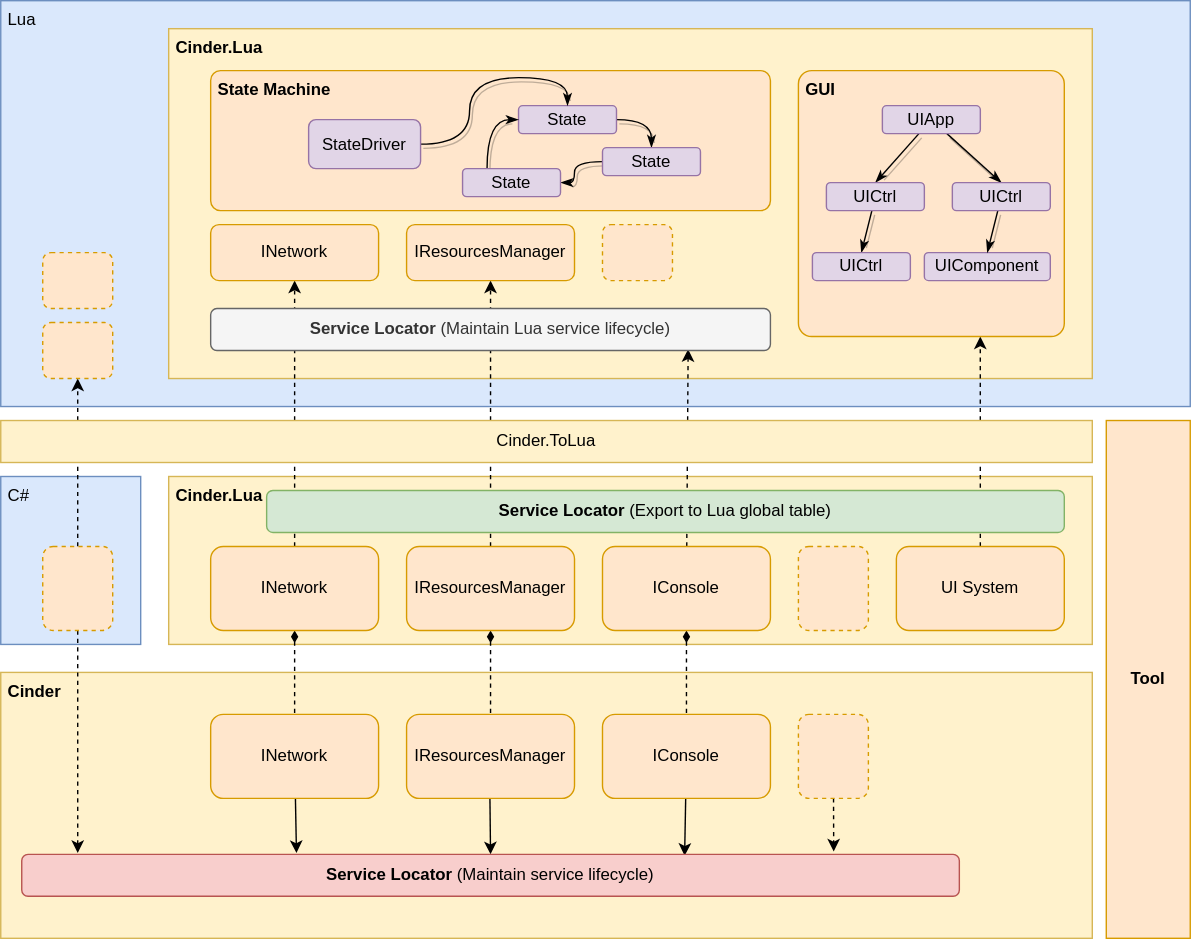
The draw.io diagram source/assets/framework/client_framework.svg in G-Cinder/Memoranda, before a commit. Source tidied: cells renumbered, new cells last; positions are measured from the earlier drawing's top-left corner, leaving out a move shared by most shapes.
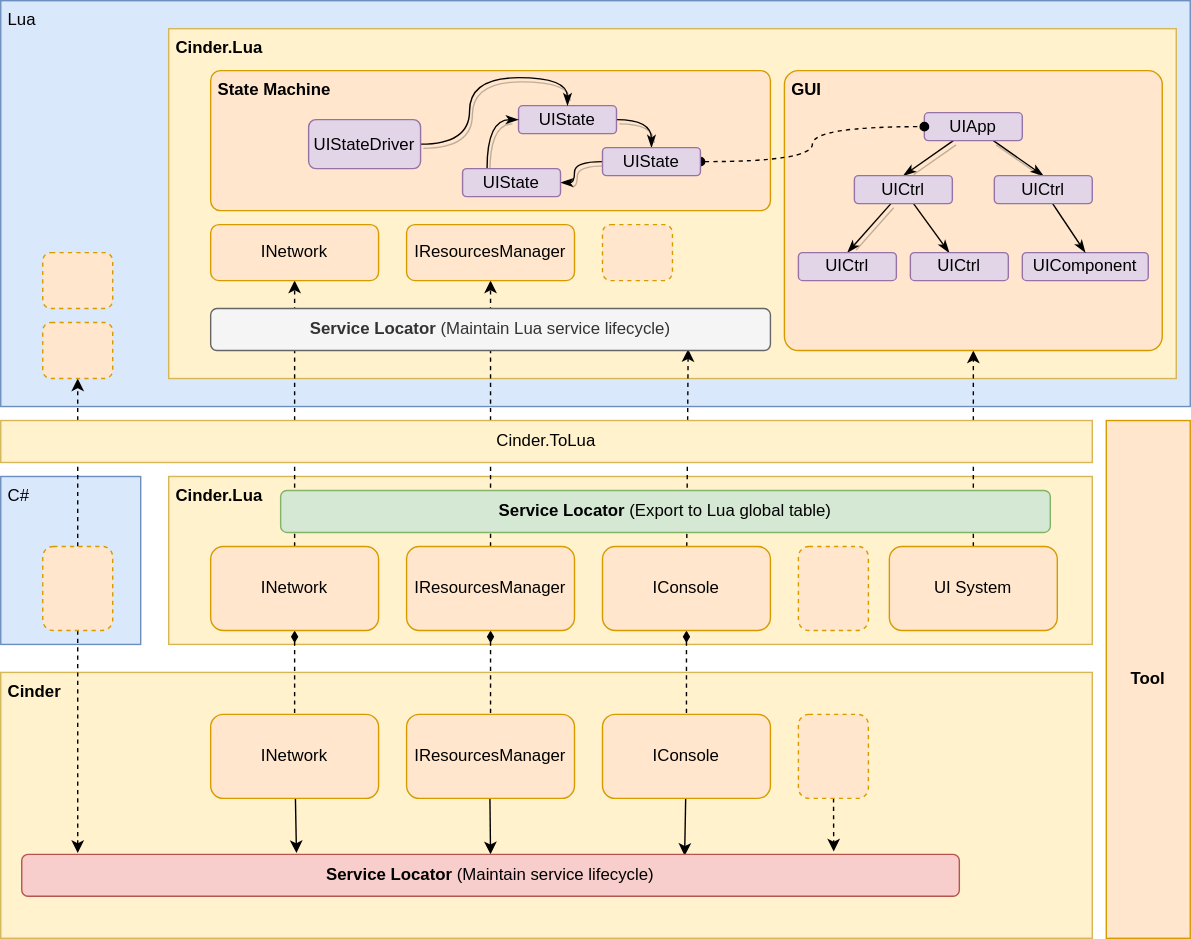
After the commit.

Change to the diagram source:
```diff
@@ -9,7 +9,7 @@
       <mxGeometry width="850" height="290" as="geometry" />
     </mxCell>
     <mxCell id="4" value="&amp;nbsp;Cinder.Lua" style="rounded=0;whiteSpace=wrap;html=1;align=left;verticalAlign=top;fillColor=#fff2cc;strokeColor=#d6b656;fontColor=#000000;fontStyle=1;" parent="1" vertex="1">
-      <mxGeometry x="120" y="20" width="660" height="250" as="geometry" />
+      <mxGeometry x="120" y="20" width="720" height="250" as="geometry" />
     </mxCell>
     <mxCell id="5" value="&amp;nbsp;Cinder" style="rounded=0;whiteSpace=wrap;html=1;align=left;verticalAlign=top;fillColor=#fff2cc;strokeColor=#d6b656;fontColor=#000000;fontStyle=1;" parent="1" vertex="1">
       <mxGeometry y="480" width="780" height="190" as="geometry" />
@@ -70,11 +70,11 @@
     <mxCell id="23" value="IConsole" style="rounded=1;whiteSpace=wrap;html=1;align=center;fillColor=#ffe6cc;strokeColor=#d79b00;fontColor=#000000;" parent="1" vertex="1">
       <mxGeometry x="430" y="390" width="120" height="60" as="geometry" />
     </mxCell>
-    <mxCell id="24" style="edgeStyle=none;rounded=0;jettySize=auto;html=1;entryX=0.684;entryY=1;entryDx=0;entryDy=0;dashed=1;strokeColor=#000000;entryPerimeter=0;" parent="1" edge="1" source="25" target="31">
+    <mxCell id="24" style="edgeStyle=none;rounded=0;jettySize=auto;html=1;entryX=0.5;entryY=1;entryDx=0;entryDy=0;dashed=1;strokeColor=#000000;" parent="1" edge="1" source="25" target="31">
       <mxGeometry relative="1" as="geometry" />
     </mxCell>
     <mxCell id="25" value="UI System" style="rounded=1;whiteSpace=wrap;html=1;align=center;fillColor=#ffe6cc;strokeColor=#d79b00;fontColor=#000000;" parent="1" vertex="1">
-      <mxGeometry x="640" y="390" width="120" height="60" as="geometry" />
+      <mxGeometry x="635" y="390" width="120" height="60" as="geometry" />
     </mxCell>
     <mxCell id="26" value="Service Locator&amp;nbsp;&lt;span style=&quot;font-weight: normal&quot;&gt;(Maintain service lifecycle)&lt;/span&gt;" style="rounded=1;whiteSpace=wrap;html=1;align=center;fillColor=#f8cecc;strokeColor=#b85450;fontColor=#000000;fontStyle=1;" parent="1" vertex="1">
       <mxGeometry x="15" y="610" width="670" height="30" as="geometry" />
@@ -91,10 +91,10 @@
       <mxGeometry x="570" y="390" width="50" height="60" as="geometry" />
     </mxCell>
     <mxCell id="30" value="Service Locator &lt;span style=&quot;font-weight: normal&quot;&gt;(Export to Lua global table)&lt;/span&gt;" style="rounded=1;whiteSpace=wrap;html=1;align=center;fillColor=#d5e8d4;strokeColor=#82b366;fontColor=#000000;fontStyle=1;" parent="1" vertex="1">
-      <mxGeometry x="190" y="350" width="570" height="30" as="geometry" />
+      <mxGeometry x="200" y="350" width="550" height="30" as="geometry" />
     </mxCell>
     <mxCell id="31" value="&amp;nbsp;GUI" style="rounded=1;whiteSpace=wrap;html=1;align=left;fillColor=#ffe6cc;strokeColor=#d79b00;fontColor=#000000;verticalAlign=top;arcSize=5;fontStyle=1;" parent="1" vertex="1">
-      <mxGeometry x="570" y="50" width="190" height="190" as="geometry" />
+      <mxGeometry x="560" y="50" width="270" height="200" as="geometry" />
     </mxCell>
     <mxCell id="32" value="INetwork" style="rounded=1;whiteSpace=wrap;html=1;align=center;fillColor=#ffe6cc;strokeColor=#d79b00;fontColor=#000000;" parent="1" vertex="1">
       <mxGeometry x="150" y="160" width="120" height="40" as="geometry" />
@@ -109,16 +109,19 @@
       <mxGeometry relative="1" as="geometry" />
     </mxCell>
     <mxCell id="36" value="UIApp" style="rounded=1;whiteSpace=wrap;html=1;labelBackgroundColor=none;align=center;fillColor=#e1d5e7;strokeColor=#9673a6;fontColor=#000000;" parent="1" vertex="1">
-      <mxGeometry x="630" y="75" width="70" height="20" as="geometry" />
+      <mxGeometry x="660" y="80" width="70" height="20" as="geometry" />
     </mxCell>
     <mxCell id="37" style="edgeStyle=none;rounded=0;jettySize=auto;html=1;entryX=0.5;entryY=0;entryDx=0;entryDy=0;shadow=1;startArrow=none;startFill=0;endArrow=classicThin;endFill=1;strokeColor=#000000;fontColor=#000000;" parent="1" edge="1" source="38" target="55">
       <mxGeometry relative="1" as="geometry" />
     </mxCell>
+    <mxCell id="60" style="rounded=0;jettySize=auto;html=1;startArrow=none;startFill=0;endArrow=classicThin;endFill=1;" parent="1" edge="1" source="38" target="62">
+      <mxGeometry relative="1" as="geometry" />
+    </mxCell>
     <mxCell id="38" value="UICtrl" style="rounded=1;whiteSpace=wrap;html=1;labelBackgroundColor=none;align=center;fillColor=#e1d5e7;strokeColor=#9673a6;fontColor=#000000;" parent="1" vertex="1">
-      <mxGeometry x="590" y="130" width="70" height="20" as="geometry" />
+      <mxGeometry x="610" y="125" width="70" height="20" as="geometry" />
     </mxCell>
     <mxCell id="39" value="UIComponent" style="rounded=1;whiteSpace=wrap;html=1;labelBackgroundColor=none;align=center;fillColor=#e1d5e7;strokeColor=#9673a6;fontColor=#000000;" parent="1" vertex="1">
-      <mxGeometry x="660" y="180" width="90" height="20" as="geometry" />
+      <mxGeometry x="730" y="180" width="90" height="20" as="geometry" />
     </mxCell>
     <mxCell id="40" value="&amp;nbsp;State Machine" style="rounded=1;whiteSpace=wrap;html=1;align=left;fillColor=#ffe6cc;strokeColor=#d79b00;fontColor=#000000;verticalAlign=top;arcSize=7;fontStyle=1;" parent="1" vertex="1">
       <mxGeometry x="150" y="50" width="400" height="100" as="geometry" />
@@ -126,13 +129,13 @@
     <mxCell id="41" style="edgeStyle=orthogonalEdgeStyle;rounded=0;jettySize=auto;html=1;entryX=0.5;entryY=0;entryDx=0;entryDy=0;shadow=1;startArrow=none;startFill=0;endArrow=classicThin;endFill=1;strokeColor=#000000;fontColor=#000000;curved=1;exitX=1;exitY=0.5;exitDx=0;exitDy=0;" parent="1" edge="1" source="42" target="49">
       <mxGeometry relative="1" as="geometry" />
     </mxCell>
-    <mxCell id="42" value="State" style="rounded=1;whiteSpace=wrap;html=1;labelBackgroundColor=none;align=center;fillColor=#e1d5e7;strokeColor=#9673a6;fontColor=#000000;" parent="1" vertex="1">
+    <mxCell id="42" value="UIState" style="rounded=1;whiteSpace=wrap;html=1;labelBackgroundColor=none;align=center;fillColor=#e1d5e7;strokeColor=#9673a6;fontColor=#000000;" parent="1" vertex="1">
       <mxGeometry x="370" y="75" width="70" height="20" as="geometry" />
     </mxCell>
     <mxCell id="43" style="edgeStyle=orthogonalEdgeStyle;curved=1;rounded=0;jettySize=auto;html=1;entryX=0.5;entryY=0;entryDx=0;entryDy=0;shadow=1;startArrow=none;startFill=0;endArrow=classicThin;endFill=1;strokeColor=#000000;fontColor=#000000;exitX=1;exitY=0.5;exitDx=0;exitDy=0;" parent="1" edge="1" source="44" target="42">
       <mxGeometry relative="1" as="geometry" />
     </mxCell>
-    <mxCell id="44" value="StateDriver" style="rounded=1;whiteSpace=wrap;html=1;labelBackgroundColor=none;align=center;fillColor=#e1d5e7;strokeColor=#9673a6;fontColor=#000000;" parent="1" vertex="1">
+    <mxCell id="44" value="UIStateDriver" style="rounded=1;whiteSpace=wrap;html=1;labelBackgroundColor=none;align=center;fillColor=#e1d5e7;strokeColor=#9673a6;fontColor=#000000;" parent="1" vertex="1">
       <mxGeometry x="220" y="85" width="80" height="35" as="geometry" />
     </mxCell>
     <mxCell id="45" style="rounded=1;whiteSpace=wrap;html=1;align=center;dashed=1;fillColor=#ffe6cc;strokeColor=#d79b00;fontColor=#000000;" parent="1" vertex="1">
@@ -152,13 +155,16 @@
         </Array>
       </mxGeometry>
     </mxCell>
+    <mxCell id="61" style="edgeStyle=orthogonalEdgeStyle;rounded=0;jettySize=auto;html=1;entryX=0;entryY=0.5;entryDx=0;entryDy=0;dashed=1;curved=1;endArrow=oval;endFill=1;startArrow=oval;startFill=1;" parent="1" edge="1" source="49" target="36">
+      <mxGeometry relative="1" as="geometry" />
+    </mxCell>
-    <mxCell id="49" value="State" style="rounded=1;whiteSpace=wrap;html=1;labelBackgroundColor=none;align=center;fillColor=#e1d5e7;strokeColor=#9673a6;fontColor=#000000;" parent="1" vertex="1">
+    <mxCell id="49" value="UIState" style="rounded=1;whiteSpace=wrap;html=1;labelBackgroundColor=none;align=center;fillColor=#e1d5e7;strokeColor=#9673a6;fontColor=#000000;" parent="1" vertex="1">
       <mxGeometry x="430" y="105" width="70" height="20" as="geometry" />
     </mxCell>
     <mxCell id="50" style="edgeStyle=orthogonalEdgeStyle;curved=1;rounded=0;jettySize=auto;html=1;entryX=0;entryY=0.5;entryDx=0;entryDy=0;shadow=1;startArrow=none;startFill=0;endArrow=classicThin;endFill=1;strokeColor=#000000;fontColor=#000000;exitX=0.25;exitY=0;exitDx=0;exitDy=0;" parent="1" edge="1" source="51" target="42">
       <mxGeometry relative="1" as="geometry" />
     </mxCell>
-    <mxCell id="51" value="State" style="rounded=1;whiteSpace=wrap;html=1;labelBackgroundColor=none;align=center;fillColor=#e1d5e7;strokeColor=#9673a6;fontColor=#000000;" parent="1" vertex="1">
+    <mxCell id="51" value="UIState" style="rounded=1;whiteSpace=wrap;html=1;labelBackgroundColor=none;align=center;fillColor=#e1d5e7;strokeColor=#9673a6;fontColor=#000000;" parent="1" vertex="1">
       <mxGeometry x="330" y="120" width="70" height="20" as="geometry" />
     </mxCell>
     <mxCell id="52" style="edgeStyle=none;rounded=0;orthogonalLoop=1;jettySize=auto;html=1;exitX=0.25;exitY=0;exitDx=0;exitDy=0;shadow=1;startArrow=diamondThin;startFill=1;endArrow=none;endFill=0;strokeColor=#000000;fontColor=#000000;" parent="1" edge="1" source="51" target="51">
@@ -168,10 +174,10 @@
       <mxGeometry relative="1" as="geometry" />
     </mxCell>
     <mxCell id="54" value="UICtrl" style="rounded=1;whiteSpace=wrap;html=1;labelBackgroundColor=none;align=center;fillColor=#e1d5e7;strokeColor=#9673a6;fontColor=#000000;" parent="1" vertex="1">
-      <mxGeometry x="680" y="130" width="70" height="20" as="geometry" />
+      <mxGeometry x="710" y="125" width="70" height="20" as="geometry" />
     </mxCell>
     <mxCell id="55" value="UICtrl" style="rounded=1;whiteSpace=wrap;html=1;labelBackgroundColor=none;align=center;fillColor=#e1d5e7;strokeColor=#9673a6;fontColor=#000000;" parent="1" vertex="1">
-      <mxGeometry x="580" y="180" width="70" height="20" as="geometry" />
+      <mxGeometry x="570" y="180" width="70" height="20" as="geometry" />
     </mxCell>
     <mxCell id="56" value="Cinder.ToLua" style="rounded=0;whiteSpace=wrap;html=1;align=center;fillColor=#fff2cc;strokeColor=#d6b656;fontColor=#000000;" parent="1" vertex="1">
       <mxGeometry y="300" width="780" height="30" as="geometry" />
@@ -185,5 +191,8 @@
     <mxCell id="59" style="rounded=1;whiteSpace=wrap;html=1;align=center;dashed=1;fillColor=#ffe6cc;strokeColor=#d79b00;fontColor=#000000;" parent="1" vertex="1">
       <mxGeometry x="30" y="180" width="50" height="40" as="geometry" />
     </mxCell>
+    <mxCell id="62" value="UICtrl" style="rounded=1;whiteSpace=wrap;html=1;labelBackgroundColor=none;align=center;fillColor=#e1d5e7;strokeColor=#9673a6;fontColor=#000000;" parent="1" vertex="1">
+      <mxGeometry x="650" y="180" width="70" height="20" as="geometry" />
+    </mxCell>
   </root>
 </mxGraphModel>
```
